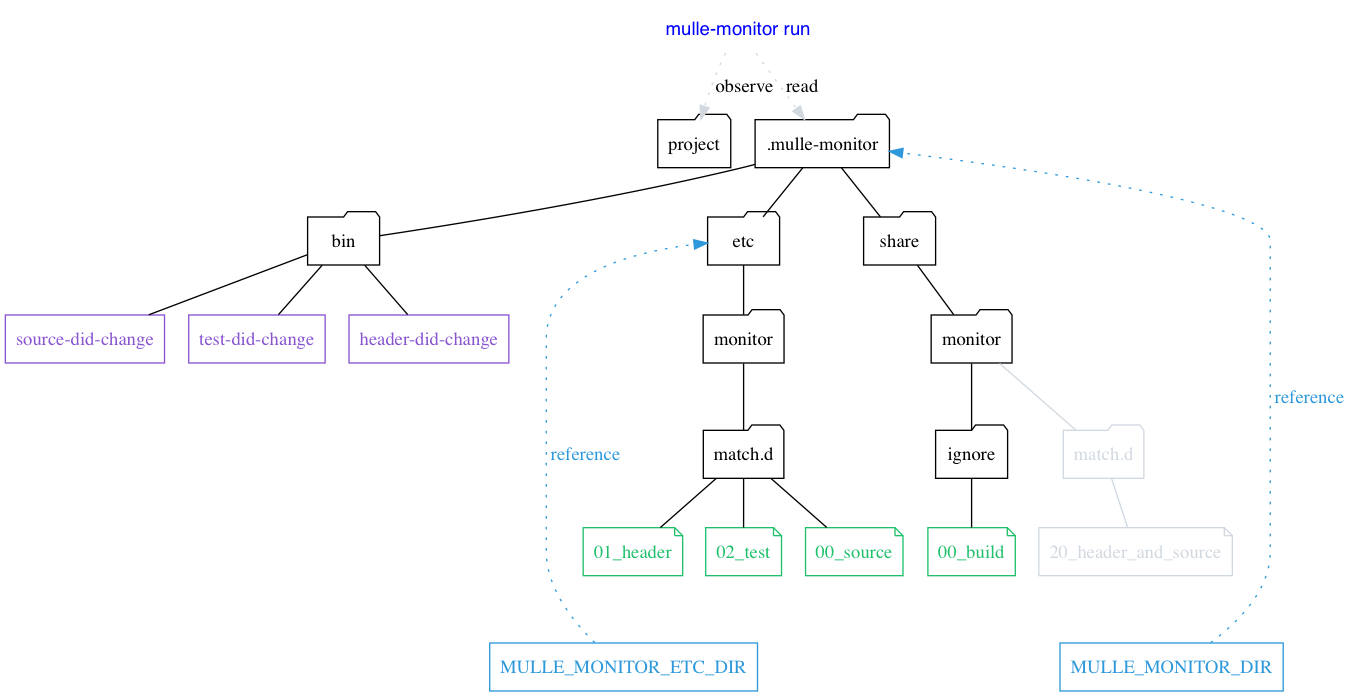
Before: dox/mulle-monitor-run.png, a diagram exported from Graphviz (mulle-sde/mulle-match). Its source is kept beside it as dox/mulle-monitor-run.dot.
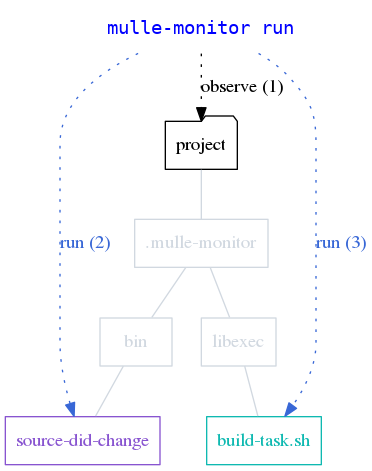
The same diagram one commit later.

Change to the diagram source:
```diff
@@ -1,88 +1,42 @@
 digraph G {
     graph [rankdir = TD];
 
-    "mulle-monitor run" [ shape="none", fontcolor="blue", fontname="monospace"]
+    "mulle-monitor run"   [ shape="none", fontcolor="blue", fontname="monospace"]
 
-    node[shape=folder];
+    node[ shape="folder" ];
+
+    project
+
 
     { rank = "same"; "mulle-monitor run" };
-    { rank = "same"; "project", ".mulle-monitor"  };
 
-
-    edge[ arrowhead="none" ];
+    edge[ arrowhead="", style="dotted" ];
 
     node[shape=record, color="#8854d0", fontcolor="#8854d0"];
+    "s_did_update"
 
-    "h_did_update"    [ label="header-did-change"]
+    node[ color="#d1d8e0", fontcolor="#d1d8e0" ];
+
+    "mulle-monitor run" -> "project"              [ label="observe (1)" ]
+
+    edge[ arrowhead="none", color="#d1d8e0", style="" ];
+
+    "project"         -> ".mulle-monitor"
+    ".mulle-monitor"  -> "bin"
+    ".mulle-monitor"  -> "libexec"
+
+    edge[ color="#3867d6", fontcolor="#3867d6" ];
+
+    "mulle-monitor run" -> "s_did_update"   [ arrowhead="", label="run (2)", style="dotted" ]
+    "mulle-monitor run" -> "build-task.sh"  [ arrowhead="", label="run (3)", style="dotted" ]
+
+    edge[ color="#d1d8e0", fontcolor="#d1d8e0" ];
+
+    "bin"             -> "s_did_update"
+
     "s_did_update"    [ label="source-did-change"]
-    "t_did_update"    [ label="test-did-change"]
 
+    "libexec"         -> "build-task.sh"
 
-    node[shape=note, color="#20bf6b", fontcolor="#20bf6b"];
-
-    { rank = "same"; "s_source", "s_header", "s_test" };
-
-    "s_header"        [ label="01_header"]
-    "s_source"        [ label="00_source"]
-    "s_test"          [ label="02_test"]
-    "s_build"         [ label="00_build"]
-
-    "s_header2"        [ label="20_header_and_source", color="#d1d8e0", fontcolor="#d1d8e0"]
-
-    node[shape=folder, color="black", fontcolor="black"];
-
-    ".mulle-monitor"     -> "bin"
-    ".mulle-monitor"     -> "etc"
-
-    "bin"                -> "h_did_update"
-    "bin"                -> "s_did_update"
-    "bin"                -> "t_did_update"
-
-    "etc"                -> "monitor"
-    "monitor"            [ label="mulle-monitor" ]
-
-    "monitor"   -> "match.d"
-
-    "match.d"   -> "s_header"
-    "match.d"   -> "s_source"
-    "match.d"   -> "s_test"
-
-    ".mulle-monitor"     -> "share"
-    "share"              -> "monitor2"
-
-
-    node[ shape=note, color="#d1d8e0", fontcolor="#d1d8e0"];
-    edge[ arrowhead="none", color="#d1d8e0" ];
-
-
-
-    "s_header"        [ label="01_header"]
-    "s_source"        [ label="00_source"]
-    "s_test"          [ label="02_test"]
-    "monitor2"        [ shape="folder", label="mulle-monitor", color="black", fontcolor="black" ]
-    "match2"          [ shape="folder", label="match.d" ]
-    "ignore2"         [ shape="folder", label="ignore.d", color="black", fontcolor="black" ]
-    "monitor2" -> "ignore2" [ color="black" ]
-
-    { rank = "same"; "s_source", "s_header", "s_test" };
-    "monitor2" -> "match2"
-
-    "match2"   -> "s_header2"
-
-    "ignore2"  -> "s_build" [ color="black" ]
-
-    "mulle-monitor run" -> "project"         [ arrowhead="", style="dotted", label="observe" ]
-    "mulle-monitor run" -> ".mulle-monitor"  [ arrowhead="", style="dotted", label="read" ]
-
-    node[ shape=record, color="#2d98da", fontcolor="#2d98da"];
-    edge[ arrowhead="", color="#2d98da", fontcolor="#2d98da", style="dotted", label=" reference" ];
-
-    { rank = "same"; "MULLE_MONITOR_ETC_DIR", "MULLE_MONITOR_DIR" };
-
-    "s_source" -> "MULLE_MONITOR_DIR"     [ style="invis" ]
-    "s_source" -> "MULLE_MONITOR_ETC_DIR" [ style="invis" ]
-
-
-    "MULLE_MONITOR_DIR"       -> ".mulle-monitor"
-    "MULLE_MONITOR_ETC_DIR"   -> "etc"
+    "build-task.sh"  [ color="#0fb9b1", fontcolor="#0fb9b1"]
 }
```
